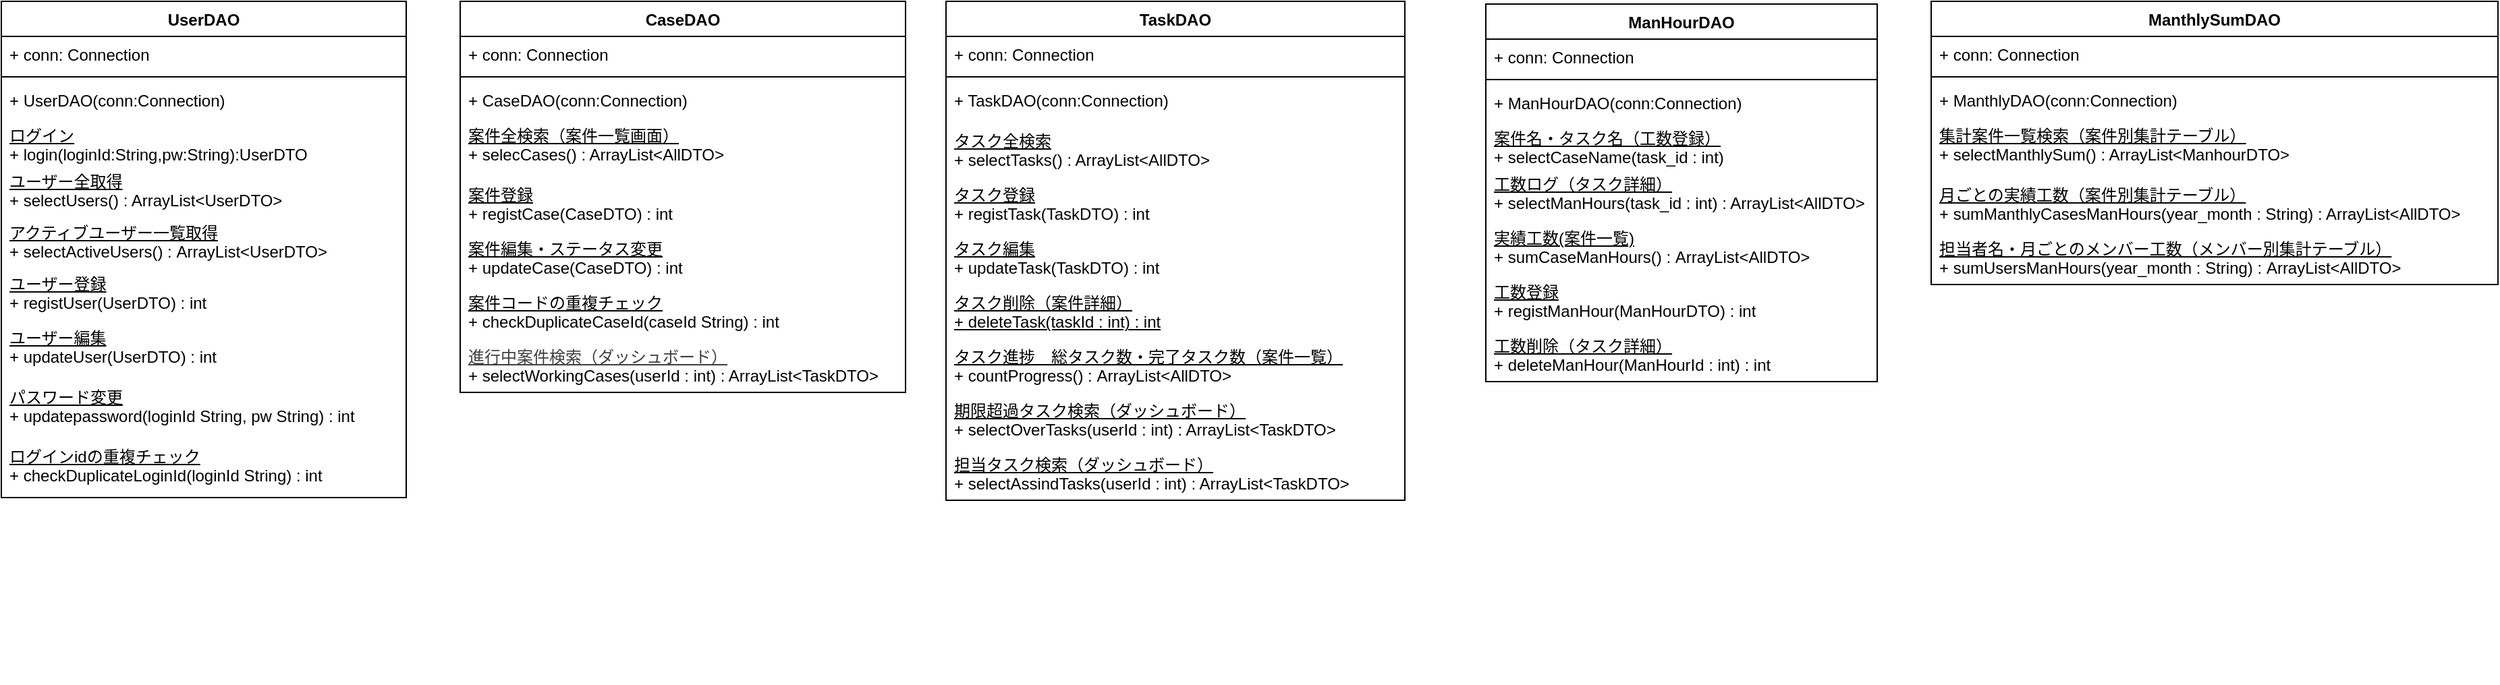
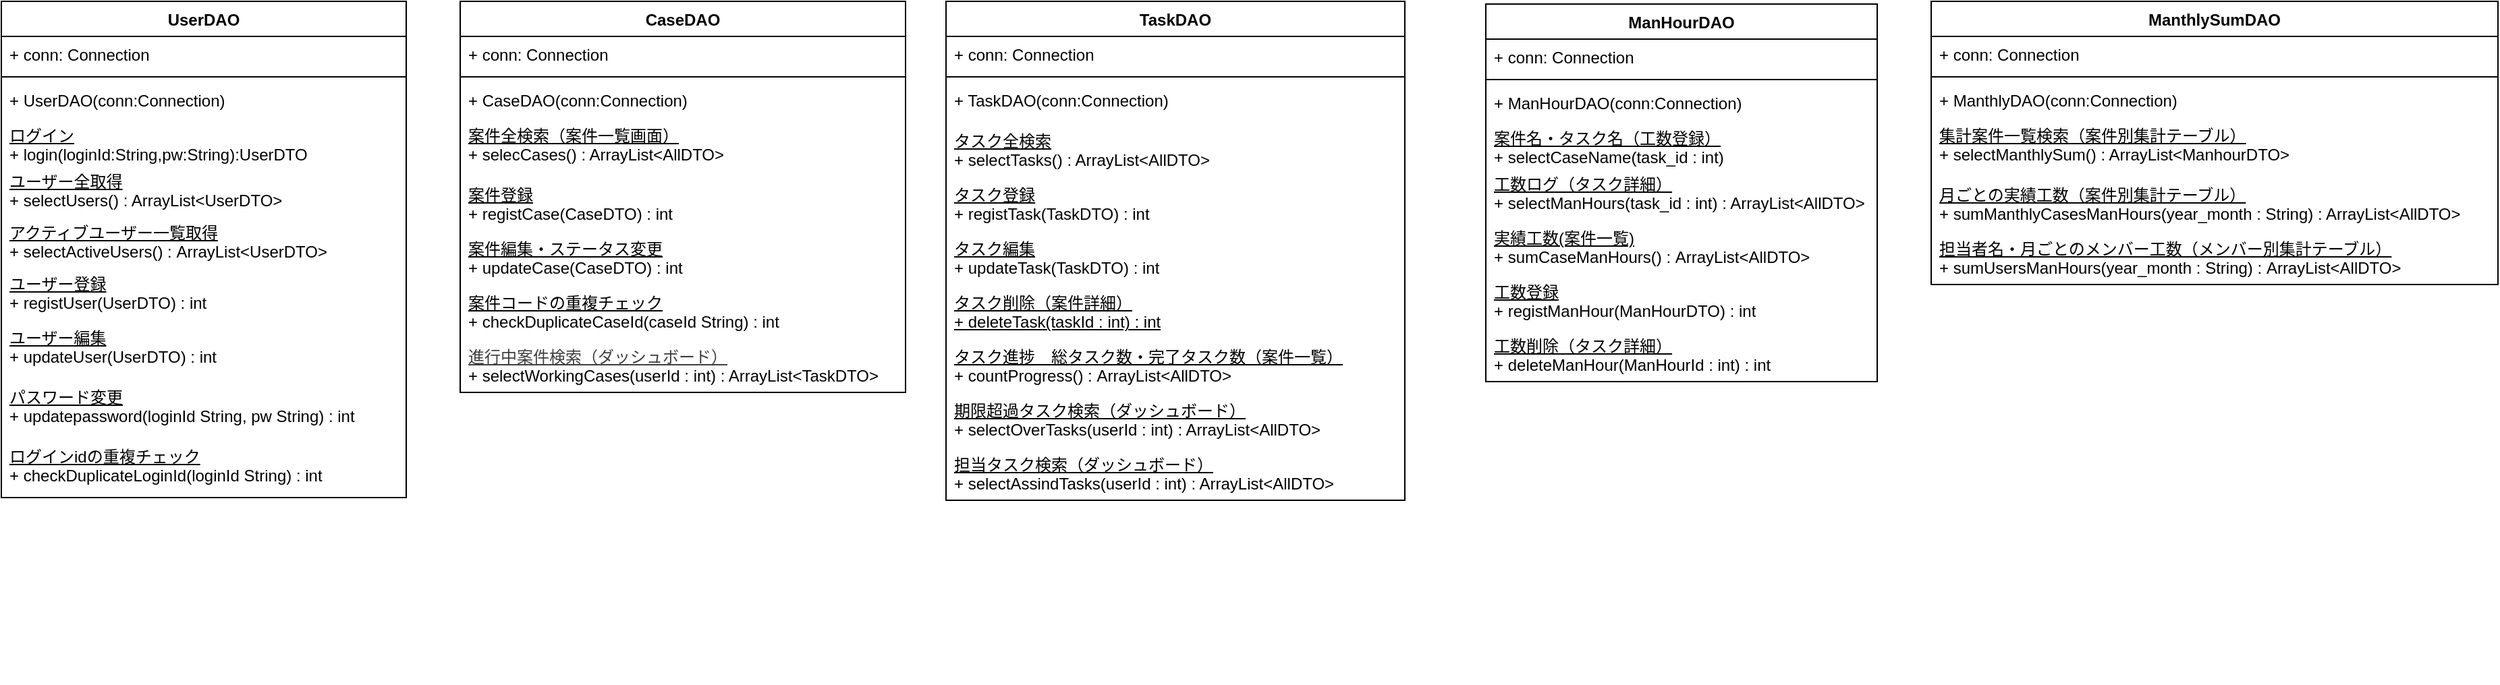
<mxfile host="65bd71144e">
    <diagram id="FiwLhSfAqCs7Xlh_osOK" name="ページ1">
-         <mxGraphModel dx="392" dy="549" grid="1" gridSize="10" guides="1" tooltips="1" connect="1" arrows="1" fold="1" page="1" pageScale="1" pageWidth="827" pageHeight="1169" math="0" shadow="0">
+         <mxGraphModel dx="686" dy="473" grid="1" gridSize="10" guides="1" tooltips="1" connect="1" arrows="1" fold="1" page="1" pageScale="1" pageWidth="827" pageHeight="1169" math="0" shadow="0">
            <root>
                <mxCell id="0"/>
                <mxCell id="1" parent="0"/>
                <mxCell id="20" value="CaseDAO" style="swimlane;fontStyle=1;align=center;verticalAlign=top;childLayout=stackLayout;horizontal=1;startSize=26;horizontalStack=0;resizeParent=1;resizeParentMax=0;resizeLast=0;collapsible=1;marginBottom=0;whiteSpace=wrap;html=1;" parent="1" vertex="1">
                    <mxGeometry x="350" y="490" width="330" height="290" as="geometry"/>
                </mxCell>
                <mxCell id="21" value="+ conn: Connection" style="text;strokeColor=none;fillColor=none;align=left;verticalAlign=top;spacingLeft=4;spacingRight=4;overflow=hidden;rotatable=0;points=[[0,0.5],[1,0.5]];portConstraint=eastwest;whiteSpace=wrap;html=1;" parent="20" vertex="1">
                    <mxGeometry y="26" width="330" height="26" as="geometry"/>
                </mxCell>
                <mxCell id="22" value="" style="line;strokeWidth=1;fillColor=none;align=left;verticalAlign=middle;spacingTop=-1;spacingLeft=3;spacingRight=3;rotatable=0;labelPosition=right;points=[];portConstraint=eastwest;strokeColor=inherit;" parent="20" vertex="1">
                    <mxGeometry y="52" width="330" height="8" as="geometry"/>
                </mxCell>
                <mxCell id="23" value="+ CaseDAO(conn:Connection)" style="text;strokeColor=none;fillColor=none;align=left;verticalAlign=top;spacingLeft=4;spacingRight=4;overflow=hidden;rotatable=0;points=[[0,0.5],[1,0.5]];portConstraint=eastwest;whiteSpace=wrap;html=1;" parent="20" vertex="1">
                    <mxGeometry y="60" width="330" height="26" as="geometry"/>
                </mxCell>
                <mxCell id="30" value="&lt;div&gt;&lt;u&gt;&lt;font style=&quot;color: rgb(0, 0, 0);&quot;&gt;案件全検索（案件一覧画面）&lt;/font&gt;&lt;/u&gt;&lt;/div&gt;&lt;div&gt;&lt;font style=&quot;color: rgb(0, 0, 0);&quot;&gt;&lt;span style=&quot;background-color: transparent;&quot;&gt;+ selecCases(&lt;/span&gt;&lt;span style=&quot;background-color: transparent;&quot;&gt;) : ArrayList&amp;lt;AllDTO&amp;gt;&lt;/span&gt;&lt;/font&gt;&lt;/div&gt;" style="text;strokeColor=none;fillColor=none;align=left;verticalAlign=top;spacingLeft=4;spacingRight=4;overflow=hidden;rotatable=0;points=[[0,0.5],[1,0.5]];portConstraint=eastwest;whiteSpace=wrap;html=1;fontFamily=Helvetica;fontSize=12;fontColor=default;" parent="20" vertex="1">
                    <mxGeometry y="86" width="330" height="44" as="geometry"/>
                </mxCell>
                <mxCell id="54" value="&lt;div&gt;&lt;span&gt;&lt;u style=&quot;&quot;&gt;&lt;font style=&quot;color: rgb(0, 0, 0);&quot;&gt;案件登録&lt;/font&gt;&lt;/u&gt;&lt;/span&gt;&lt;/div&gt;&lt;span style=&quot;color: rgb(0, 0, 0);&quot;&gt;&lt;font style=&quot;color: rgb(0, 0, 0);&quot;&gt;+ registCase(CaseDTO) : int&lt;/font&gt;&lt;/span&gt;" style="text;strokeColor=none;fillColor=none;align=left;verticalAlign=top;spacingLeft=4;spacingRight=4;overflow=hidden;rotatable=0;points=[[0,0.5],[1,0.5]];portConstraint=eastwest;whiteSpace=wrap;html=1;fontFamily=Helvetica;fontSize=12;fontColor=default;" parent="20" vertex="1">
                    <mxGeometry y="130" width="330" height="40" as="geometry"/>
                </mxCell>
                <mxCell id="28" value="&lt;div&gt;&lt;u&gt;&lt;font style=&quot;color: rgb(0, 0, 0);&quot;&gt;案件編集・ステータス変更&lt;/font&gt;&lt;/u&gt;&lt;/div&gt;&lt;div&gt;&lt;span style=&quot;background-color: transparent;&quot;&gt;&lt;font style=&quot;color: rgb(0, 0, 0);&quot;&gt;+ updateCase(CaseDTO) : int&lt;/font&gt;&lt;/span&gt;&lt;/div&gt;" style="text;strokeColor=none;fillColor=none;align=left;verticalAlign=top;spacingLeft=4;spacingRight=4;overflow=hidden;rotatable=0;points=[[0,0.5],[1,0.5]];portConstraint=eastwest;whiteSpace=wrap;html=1;fontFamily=Helvetica;fontSize=12;fontColor=default;" parent="20" vertex="1">
                    <mxGeometry y="170" width="330" height="40" as="geometry"/>
                </mxCell>
                <mxCell id="95" value="&lt;u&gt;案件コードの重複チェック&lt;/u&gt;&lt;div&gt;+ checkDuplicateCaseId(caseId String) : int&amp;nbsp;&lt;/div&gt;" style="text;strokeColor=none;fillColor=none;align=left;verticalAlign=top;spacingLeft=4;spacingRight=4;overflow=hidden;rotatable=0;points=[[0,0.5],[1,0.5]];portConstraint=eastwest;whiteSpace=wrap;html=1;fontFamily=Helvetica;fontSize=12;fontColor=default;" parent="20" vertex="1">
                    <mxGeometry y="210" width="330" height="40" as="geometry"/>
                </mxCell>
                <mxCell id="96" value="&lt;div style=&quot;scrollbar-color: rgb(226, 226, 226) rgb(251, 251, 251); color: rgb(63, 63, 63);&quot;&gt;&lt;font style=&quot;scrollbar-color: rgb(226, 226, 226) rgb(251, 251, 251); color: rgb(63, 63, 63);&quot;&gt;&lt;u style=&quot;scrollbar-color: rgb(226, 226, 226) rgb(251, 251, 251); color: rgb(63, 63, 63);&quot;&gt;進行中案件検索（ダッシュボード）&lt;/u&gt;&lt;/font&gt;&lt;/div&gt;&lt;span style=&quot;scrollbar-color: rgb(226, 226, 226) rgb(251, 251, 251); color: rgb(0, 0, 0);&quot;&gt;+ selectWorkingCases(&lt;span style=&quot;scrollbar-color: rgb(226, 226, 226) rgb(251, 251, 251); color: rgb(0, 0, 0);&quot;&gt;userId : int&lt;/span&gt;) : ArrayList&amp;lt;TaskDTO&amp;gt;&lt;/span&gt;" style="text;strokeColor=none;fillColor=none;align=left;verticalAlign=top;spacingLeft=4;spacingRight=4;overflow=hidden;rotatable=0;points=[[0,0.5],[1,0.5]];portConstraint=eastwest;whiteSpace=wrap;html=1;fontFamily=Helvetica;fontSize=12;fontColor=default;" parent="20" vertex="1">
                    <mxGeometry y="250" width="330" height="40" as="geometry"/>
                </mxCell>
                <mxCell id="27" style="text;strokeColor=none;fillColor=none;align=left;verticalAlign=top;spacingLeft=4;spacingRight=4;overflow=hidden;rotatable=0;points=[[0,0.5],[1,0.5]];portConstraint=eastwest;whiteSpace=wrap;html=1;" parent="20" vertex="1">
                    <mxGeometry y="290" width="330" as="geometry"/>
                </mxCell>
                <mxCell id="32" value="UserDAO" style="swimlane;fontStyle=1;align=center;verticalAlign=top;childLayout=stackLayout;horizontal=1;startSize=26;horizontalStack=0;resizeParent=1;resizeParentMax=0;resizeLast=0;collapsible=1;marginBottom=0;whiteSpace=wrap;html=1;" parent="1" vertex="1">
                    <mxGeometry x="10" y="490" width="300" height="368" as="geometry"/>
                </mxCell>
                <mxCell id="33" value="+ conn: Connection" style="text;strokeColor=none;fillColor=none;align=left;verticalAlign=top;spacingLeft=4;spacingRight=4;overflow=hidden;rotatable=0;points=[[0,0.5],[1,0.5]];portConstraint=eastwest;whiteSpace=wrap;html=1;" parent="32" vertex="1">
                    <mxGeometry y="26" width="300" height="26" as="geometry"/>
                </mxCell>
                <mxCell id="34" value="" style="line;strokeWidth=1;fillColor=none;align=left;verticalAlign=middle;spacingTop=-1;spacingLeft=3;spacingRight=3;rotatable=0;labelPosition=right;points=[];portConstraint=eastwest;strokeColor=inherit;" parent="32" vertex="1">
                    <mxGeometry y="52" width="300" height="8" as="geometry"/>
                </mxCell>
                <mxCell id="35" value="+ UserDAO(conn:Connection)" style="text;strokeColor=none;fillColor=none;align=left;verticalAlign=top;spacingLeft=4;spacingRight=4;overflow=hidden;rotatable=0;points=[[0,0.5],[1,0.5]];portConstraint=eastwest;whiteSpace=wrap;html=1;" parent="32" vertex="1">
                    <mxGeometry y="60" width="300" height="26" as="geometry"/>
                </mxCell>
                <mxCell id="41" value="&lt;div&gt;&lt;span style=&quot;background-color: transparent;&quot;&gt;&lt;u&gt;ログイン&lt;/u&gt;&lt;/span&gt;&lt;/div&gt;&lt;div&gt;&lt;span style=&quot;color: rgb(0, 0, 0);&quot;&gt;+ login(loginId:String,pw:String):UserDTO&lt;/span&gt;&lt;/div&gt;" style="text;strokeColor=none;fillColor=none;align=left;verticalAlign=top;spacingLeft=4;spacingRight=4;overflow=hidden;rotatable=0;points=[[0,0.5],[1,0.5]];portConstraint=eastwest;whiteSpace=wrap;html=1;" parent="32" vertex="1">
                    <mxGeometry y="86" width="300" height="34" as="geometry"/>
                </mxCell>
                <mxCell id="37" value="&lt;div&gt;&lt;span style=&quot;background-color: transparent;&quot;&gt;&lt;font style=&quot;color: rgb(0, 0, 0);&quot;&gt;&lt;u&gt;ユーザー全取得&lt;/u&gt;&lt;/font&gt;&lt;/span&gt;&lt;/div&gt;&lt;div&gt;&lt;span style=&quot;background-color: transparent;&quot;&gt;&lt;font style=&quot;color: rgb(0, 0, 0);&quot;&gt;+ selectUsers() : ArrayList&amp;lt;UserDTO&amp;gt;&lt;/font&gt;&lt;/span&gt;&lt;/div&gt;" style="text;strokeColor=none;fillColor=none;align=left;verticalAlign=top;spacingLeft=4;spacingRight=4;overflow=hidden;rotatable=0;points=[[0,0.5],[1,0.5]];portConstraint=eastwest;whiteSpace=wrap;html=1;fontFamily=Helvetica;fontSize=12;fontColor=default;" parent="32" vertex="1">
                    <mxGeometry y="120" width="300" height="38" as="geometry"/>
                </mxCell>
-                 <mxCell id="97" value="&lt;u&gt;アクティブユーザー一覧取得&lt;/u&gt;&lt;div&gt;+ selectActiveUsers() :&amp;nbsp;&lt;span style=&quot;color: rgb(0, 0, 0); background-color: transparent;&quot;&gt;ArrayList&amp;lt;UserDTO&amp;gt;&lt;/span&gt;&lt;/div&gt;" style="text;strokeColor=none;fillColor=none;align=left;verticalAlign=top;spacingLeft=4;spacingRight=4;overflow=hidden;rotatable=0;points=[[0,0.5],[1,0.5]];portConstraint=eastwest;whiteSpace=wrap;html=1;fontFamily=Helvetica;fontSize=12;fontColor=default;" vertex="1" parent="32">
+                 <mxCell id="97" value="&lt;u&gt;アクティブユーザー一覧取得&lt;/u&gt;&lt;div&gt;+ selectActiveUsers() :&amp;nbsp;&lt;span style=&quot;color: rgb(0, 0, 0); background-color: transparent;&quot;&gt;ArrayList&amp;lt;UserDTO&amp;gt;&lt;/span&gt;&lt;/div&gt;" style="text;strokeColor=none;fillColor=none;align=left;verticalAlign=top;spacingLeft=4;spacingRight=4;overflow=hidden;rotatable=0;points=[[0,0.5],[1,0.5]];portConstraint=eastwest;whiteSpace=wrap;html=1;fontFamily=Helvetica;fontSize=12;fontColor=default;" parent="32" vertex="1">
                    <mxGeometry y="158" width="300" height="38" as="geometry"/>
                </mxCell>
                <mxCell id="43" value="&lt;div&gt;&lt;font style=&quot;color: rgb(0, 0, 0);&quot;&gt;&lt;u&gt;ユーザー登録&lt;/u&gt;&lt;/font&gt;&lt;/div&gt;&lt;div&gt;&lt;font style=&quot;color: rgb(0, 0, 0);&quot;&gt;+ registUser(UserDTO) : int&lt;/font&gt;&lt;/div&gt;" style="text;strokeColor=none;fillColor=none;align=left;verticalAlign=top;spacingLeft=4;spacingRight=4;overflow=hidden;rotatable=0;points=[[0,0.5],[1,0.5]];portConstraint=eastwest;whiteSpace=wrap;html=1;fontFamily=Helvetica;fontSize=12;fontColor=default;" parent="32" vertex="1">
                    <mxGeometry y="196" width="300" height="40" as="geometry"/>
                </mxCell>
                <mxCell id="39" value="&lt;div&gt;&lt;u&gt;ユーザー編集&lt;/u&gt;&lt;/div&gt;+ updateUser(UserDTO) : int" style="text;strokeColor=none;fillColor=none;align=left;verticalAlign=top;spacingLeft=4;spacingRight=4;overflow=hidden;rotatable=0;points=[[0,0.5],[1,0.5]];portConstraint=eastwest;whiteSpace=wrap;html=1;fontFamily=Helvetica;fontSize=12;fontColor=default;" parent="32" vertex="1">
                    <mxGeometry y="236" width="300" height="44" as="geometry"/>
                </mxCell>
-                 <mxCell id="98" value="&lt;u&gt;パスワード変更&lt;/u&gt;&lt;div&gt;+ updatepassword(loginId String, pw String) : int&lt;/div&gt;" style="text;strokeColor=none;fillColor=none;align=left;verticalAlign=top;spacingLeft=4;spacingRight=4;overflow=hidden;rotatable=0;points=[[0,0.5],[1,0.5]];portConstraint=eastwest;whiteSpace=wrap;html=1;fontFamily=Helvetica;fontSize=12;fontColor=default;" vertex="1" parent="32">
+                 <mxCell id="98" value="&lt;u&gt;パスワード変更&lt;/u&gt;&lt;div&gt;+ updatepassword(loginId String, pw String) : int&lt;/div&gt;" style="text;strokeColor=none;fillColor=none;align=left;verticalAlign=top;spacingLeft=4;spacingRight=4;overflow=hidden;rotatable=0;points=[[0,0.5],[1,0.5]];portConstraint=eastwest;whiteSpace=wrap;html=1;fontFamily=Helvetica;fontSize=12;fontColor=default;" parent="32" vertex="1">
                    <mxGeometry y="280" width="300" height="44" as="geometry"/>
                </mxCell>
                <mxCell id="94" value="&lt;u&gt;ログインidの重複チェック&lt;/u&gt;&lt;div&gt;+ checkDuplicateLoginId(loginId String) : int&lt;/div&gt;" style="text;strokeColor=none;fillColor=none;align=left;verticalAlign=top;spacingLeft=4;spacingRight=4;overflow=hidden;rotatable=0;points=[[0,0.5],[1,0.5]];portConstraint=eastwest;whiteSpace=wrap;html=1;fontFamily=Helvetica;fontSize=12;fontColor=default;" parent="32" vertex="1">
                    <mxGeometry y="324" width="300" height="44" as="geometry"/>
                </mxCell>
                <mxCell id="40" style="text;strokeColor=none;fillColor=none;align=left;verticalAlign=top;spacingLeft=4;spacingRight=4;overflow=hidden;rotatable=0;points=[[0,0.5],[1,0.5]];portConstraint=eastwest;whiteSpace=wrap;html=1;" parent="32" vertex="1">
                    <mxGeometry y="368" width="300" as="geometry"/>
                </mxCell>
                <mxCell id="45" value="TaskDAO" style="swimlane;fontStyle=1;align=center;verticalAlign=top;childLayout=stackLayout;horizontal=1;startSize=26;horizontalStack=0;resizeParent=1;resizeParentMax=0;resizeLast=0;collapsible=1;marginBottom=0;whiteSpace=wrap;html=1;" parent="1" vertex="1">
                    <mxGeometry x="710" y="490" width="340" height="370" as="geometry"/>
                </mxCell>
                <mxCell id="46" value="+ conn: Connection" style="text;strokeColor=none;fillColor=none;align=left;verticalAlign=top;spacingLeft=4;spacingRight=4;overflow=hidden;rotatable=0;points=[[0,0.5],[1,0.5]];portConstraint=eastwest;whiteSpace=wrap;html=1;" parent="45" vertex="1">
                    <mxGeometry y="26" width="340" height="26" as="geometry"/>
                </mxCell>
                <mxCell id="47" value="" style="line;strokeWidth=1;fillColor=none;align=left;verticalAlign=middle;spacingTop=-1;spacingLeft=3;spacingRight=3;rotatable=0;labelPosition=right;points=[];portConstraint=eastwest;strokeColor=inherit;" parent="45" vertex="1">
                    <mxGeometry y="52" width="340" height="8" as="geometry"/>
                </mxCell>
                <mxCell id="48" value="+ TaskDAO(conn:Connection)" style="text;strokeColor=none;fillColor=none;align=left;verticalAlign=top;spacingLeft=4;spacingRight=4;overflow=hidden;rotatable=0;points=[[0,0.5],[1,0.5]];portConstraint=eastwest;whiteSpace=wrap;html=1;" parent="45" vertex="1">
                    <mxGeometry y="60" width="340" height="30" as="geometry"/>
                </mxCell>
                <mxCell id="49" value="&lt;div&gt;&lt;u&gt;タスク全検索&lt;/u&gt;&lt;/div&gt;+ selectTasks() : ArrayList&amp;lt;AllDTO&amp;gt;" style="text;strokeColor=none;fillColor=none;align=left;verticalAlign=top;spacingLeft=4;spacingRight=4;overflow=hidden;rotatable=0;points=[[0,0.5],[1,0.5]];portConstraint=eastwest;whiteSpace=wrap;html=1;fontFamily=Helvetica;fontSize=12;fontColor=default;" parent="45" vertex="1">
                    <mxGeometry y="90" width="340" height="40" as="geometry"/>
                </mxCell>
                <mxCell id="51" value="&lt;div&gt;&lt;u&gt;タスク登録&lt;/u&gt;&lt;/div&gt;+ registTask(TaskDTO) : int" style="text;strokeColor=none;fillColor=none;align=left;verticalAlign=top;spacingLeft=4;spacingRight=4;overflow=hidden;rotatable=0;points=[[0,0.5],[1,0.5]];portConstraint=eastwest;whiteSpace=wrap;html=1;fontFamily=Helvetica;fontSize=12;fontColor=default;" parent="45" vertex="1">
                    <mxGeometry y="130" width="340" height="40" as="geometry"/>
                </mxCell>
                <mxCell id="52" value="&lt;div&gt;&lt;u&gt;タスク編集&lt;/u&gt;&lt;/div&gt;+ updateTask(TaskDTO) : int" style="text;strokeColor=none;fillColor=none;align=left;verticalAlign=top;spacingLeft=4;spacingRight=4;overflow=hidden;rotatable=0;points=[[0,0.5],[1,0.5]];portConstraint=eastwest;whiteSpace=wrap;html=1;fontFamily=Helvetica;fontSize=12;fontColor=default;" parent="45" vertex="1">
                    <mxGeometry y="170" width="340" height="40" as="geometry"/>
                </mxCell>
                <mxCell id="93" value="&lt;u&gt;タスク削除（案件詳細）&lt;/u&gt;&lt;div&gt;&lt;u&gt;&lt;font style=&quot;color: rgb(0, 0, 0);&quot;&gt;+ deleteTask(taskId : int) : int&lt;/font&gt;&lt;/u&gt;&lt;/div&gt;" style="text;strokeColor=none;fillColor=none;align=left;verticalAlign=top;spacingLeft=4;spacingRight=4;overflow=hidden;rotatable=0;points=[[0,0.5],[1,0.5]];portConstraint=eastwest;whiteSpace=wrap;html=1;fontFamily=Helvetica;fontSize=12;fontColor=default;" parent="45" vertex="1">
                    <mxGeometry y="210" width="340" height="40" as="geometry"/>
                </mxCell>
                <mxCell id="91" value="&lt;div&gt;&lt;u&gt;タスク進捗　総タスク数・完了タスク数（案件一覧）&lt;/u&gt;&lt;/div&gt;+ countProgress() :&amp;nbsp;&lt;span style=&quot;color: rgb(0, 0, 0);&quot;&gt;ArrayList&amp;lt;AllDTO&amp;gt;&lt;/span&gt;" style="text;strokeColor=none;fillColor=none;align=left;verticalAlign=top;spacingLeft=4;spacingRight=4;overflow=hidden;rotatable=0;points=[[0,0.5],[1,0.5]];portConstraint=eastwest;whiteSpace=wrap;html=1;fontFamily=Helvetica;fontSize=12;fontColor=default;" parent="45" vertex="1">
                    <mxGeometry y="250" width="340" height="40" as="geometry"/>
                </mxCell>
-                 <mxCell id="86" value="&lt;div&gt;&lt;font color=&quot;#000000&quot;&gt;&lt;u&gt;期限超過タスク検索（ダッシュボード）&lt;/u&gt;&lt;/font&gt;&lt;/div&gt;&lt;span style=&quot;color: rgb(0, 0, 0);&quot;&gt;+ selectOverTasks(&lt;span style=&quot;color: rgb(0, 0, 0);&quot;&gt;userId : int&lt;/span&gt;) : ArrayList&amp;lt;TaskDTO&amp;gt;&lt;/span&gt;" style="text;strokeColor=none;fillColor=none;align=left;verticalAlign=top;spacingLeft=4;spacingRight=4;overflow=hidden;rotatable=0;points=[[0,0.5],[1,0.5]];portConstraint=eastwest;whiteSpace=wrap;html=1;fontFamily=Helvetica;fontSize=12;fontColor=default;" parent="45" vertex="1">
+                 <mxCell id="86" value="&lt;div&gt;&lt;font color=&quot;#000000&quot;&gt;&lt;u&gt;期限超過タスク検索（ダッシュボード）&lt;/u&gt;&lt;/font&gt;&lt;/div&gt;&lt;span style=&quot;color: rgb(0, 0, 0);&quot;&gt;+ selectOverTasks(&lt;span style=&quot;color: rgb(0, 0, 0);&quot;&gt;userId : int&lt;/span&gt;) : ArrayList&amp;lt;AllDTO&amp;gt;&lt;/span&gt;" style="text;strokeColor=none;fillColor=none;align=left;verticalAlign=top;spacingLeft=4;spacingRight=4;overflow=hidden;rotatable=0;points=[[0,0.5],[1,0.5]];portConstraint=eastwest;whiteSpace=wrap;html=1;fontFamily=Helvetica;fontSize=12;fontColor=default;" parent="45" vertex="1">
                    <mxGeometry y="290" width="340" height="40" as="geometry"/>
                </mxCell>
-                 <mxCell id="85" value="&lt;div&gt;&lt;span style=&quot;color: rgb(0, 0, 0);&quot;&gt;&lt;u&gt;担当タスク検索（ダッシュボード）&lt;/u&gt;&lt;/span&gt;&lt;/div&gt;&lt;span style=&quot;color: rgb(0, 0, 0);&quot;&gt;+ selectAssindTasks(&lt;span style=&quot;color: rgb(0, 0, 0);&quot;&gt;userId : int&lt;/span&gt;) : ArrayList&amp;lt;TaskDTO&amp;gt;&lt;/span&gt;" style="text;strokeColor=none;fillColor=none;align=left;verticalAlign=top;spacingLeft=4;spacingRight=4;overflow=hidden;rotatable=0;points=[[0,0.5],[1,0.5]];portConstraint=eastwest;whiteSpace=wrap;html=1;fontFamily=Helvetica;fontSize=12;fontColor=default;" parent="45" vertex="1">
+                 <mxCell id="85" value="&lt;div&gt;&lt;span style=&quot;color: rgb(0, 0, 0);&quot;&gt;&lt;u&gt;担当タスク検索（ダッシュボード）&lt;/u&gt;&lt;/span&gt;&lt;/div&gt;&lt;span style=&quot;color: rgb(0, 0, 0);&quot;&gt;+ selectAssindTasks(&lt;span style=&quot;color: rgb(0, 0, 0);&quot;&gt;userId : int&lt;/span&gt;) : ArrayList&amp;lt;AllDTO&amp;gt;&lt;/span&gt;" style="text;strokeColor=none;fillColor=none;align=left;verticalAlign=top;spacingLeft=4;spacingRight=4;overflow=hidden;rotatable=0;points=[[0,0.5],[1,0.5]];portConstraint=eastwest;whiteSpace=wrap;html=1;fontFamily=Helvetica;fontSize=12;fontColor=default;" parent="45" vertex="1">
                    <mxGeometry y="330" width="340" height="40" as="geometry"/>
                </mxCell>
                <mxCell id="53" style="text;strokeColor=none;fillColor=none;align=left;verticalAlign=top;spacingLeft=4;spacingRight=4;overflow=hidden;rotatable=0;points=[[0,0.5],[1,0.5]];portConstraint=eastwest;whiteSpace=wrap;html=1;" parent="45" vertex="1">
                    <mxGeometry y="370" width="340" as="geometry"/>
                </mxCell>
                <mxCell id="55" value="ManHourDAO" style="swimlane;fontStyle=1;align=center;verticalAlign=top;childLayout=stackLayout;horizontal=1;startSize=26;horizontalStack=0;resizeParent=1;resizeParentMax=0;resizeLast=0;collapsible=1;marginBottom=0;whiteSpace=wrap;html=1;" parent="1" vertex="1">
                    <mxGeometry x="1110" y="492" width="290" height="280" as="geometry"/>
                </mxCell>
                <mxCell id="56" value="&lt;span style=&quot;color: rgb(0, 0, 0);&quot;&gt;+ conn: Connection&lt;/span&gt;" style="text;strokeColor=none;fillColor=none;align=left;verticalAlign=top;spacingLeft=4;spacingRight=4;overflow=hidden;rotatable=0;points=[[0,0.5],[1,0.5]];portConstraint=eastwest;whiteSpace=wrap;html=1;" parent="55" vertex="1">
                    <mxGeometry y="26" width="290" height="26" as="geometry"/>
                </mxCell>
                <mxCell id="57" value="" style="line;strokeWidth=1;fillColor=none;align=left;verticalAlign=middle;spacingTop=-1;spacingLeft=3;spacingRight=3;rotatable=0;labelPosition=right;points=[];portConstraint=eastwest;strokeColor=inherit;" parent="55" vertex="1">
                    <mxGeometry y="52" width="290" height="8" as="geometry"/>
                </mxCell>
                <mxCell id="58" value="+ ManHourDAO(conn:Connection)" style="text;strokeColor=none;fillColor=none;align=left;verticalAlign=top;spacingLeft=4;spacingRight=4;overflow=hidden;rotatable=0;points=[[0,0.5],[1,0.5]];portConstraint=eastwest;whiteSpace=wrap;html=1;" parent="55" vertex="1">
                    <mxGeometry y="60" width="290" height="26" as="geometry"/>
                </mxCell>
                <mxCell id="62" value="&lt;div&gt;&lt;u&gt;案件名・タスク名（工数登録）&lt;/u&gt;&lt;/div&gt;+ selectC&lt;span style=&quot;color: rgb(0, 0, 0);&quot;&gt;aseName&lt;/span&gt;(task_id : int) &lt;span style=&quot;color: rgb(0, 0, 0);&quot;&gt;:&amp;nbsp;&lt;/span&gt;&lt;span style=&quot;color: rgb(0, 0, 0);&quot;&gt;ArrayList&amp;lt;AllDTO&amp;gt;&lt;/span&gt;" style="text;strokeColor=none;fillColor=none;align=left;verticalAlign=top;spacingLeft=4;spacingRight=4;overflow=hidden;rotatable=0;points=[[0,0.5],[1,0.5]];portConstraint=eastwest;whiteSpace=wrap;html=1;" parent="55" vertex="1">
                    <mxGeometry y="86" width="290" height="34" as="geometry"/>
                </mxCell>
                <mxCell id="80" value="&lt;div&gt;&lt;u&gt;工数ログ（タスク詳細）&lt;/u&gt;&lt;/div&gt;+ selectManHours(task_id : int) : ArrayList&amp;lt;AllDTO&amp;gt;" style="text;strokeColor=none;fillColor=none;align=left;verticalAlign=top;spacingLeft=4;spacingRight=4;overflow=hidden;rotatable=0;points=[[0,0.5],[1,0.5]];portConstraint=eastwest;whiteSpace=wrap;html=1;" parent="55" vertex="1">
                    <mxGeometry y="120" width="290" height="40" as="geometry"/>
                </mxCell>
                <mxCell id="92" value="&lt;div&gt;&lt;u&gt;実績工数(案件一覧)&lt;/u&gt;&lt;/div&gt;+ sumCaseManHours() :&amp;nbsp;&lt;span style=&quot;color: rgb(0, 0, 0);&quot;&gt;ArrayList&amp;lt;AllDTO&amp;gt;&lt;/span&gt;" style="text;strokeColor=none;fillColor=none;align=left;verticalAlign=top;spacingLeft=4;spacingRight=4;overflow=hidden;rotatable=0;points=[[0,0.5],[1,0.5]];portConstraint=eastwest;whiteSpace=wrap;html=1;" parent="55" vertex="1">
                    <mxGeometry y="160" width="290" height="40" as="geometry"/>
                </mxCell>
                <mxCell id="61" value="&lt;div&gt;&lt;u&gt;工数登録&lt;/u&gt;&lt;/div&gt;+ registManHour(ManHourDTO) : int" style="text;strokeColor=none;fillColor=none;align=left;verticalAlign=top;spacingLeft=4;spacingRight=4;overflow=hidden;rotatable=0;points=[[0,0.5],[1,0.5]];portConstraint=eastwest;whiteSpace=wrap;html=1;" parent="55" vertex="1">
                    <mxGeometry y="200" width="290" height="40" as="geometry"/>
                </mxCell>
                <mxCell id="64" value="&lt;div&gt;&lt;u&gt;工数削除（タスク詳細）&lt;/u&gt;&lt;/div&gt;+ deleteManHour(ManHourId : int) : int" style="text;strokeColor=none;fillColor=none;align=left;verticalAlign=top;spacingLeft=4;spacingRight=4;overflow=hidden;rotatable=0;points=[[0,0.5],[1,0.5]];portConstraint=eastwest;whiteSpace=wrap;html=1;" parent="55" vertex="1">
                    <mxGeometry y="240" width="290" height="40" as="geometry"/>
                </mxCell>
                <mxCell id="59" style="text;strokeColor=none;fillColor=none;align=left;verticalAlign=top;spacingLeft=4;spacingRight=4;overflow=hidden;rotatable=0;points=[[0,0.5],[1,0.5]];portConstraint=eastwest;whiteSpace=wrap;html=1;" parent="1" vertex="1">
                    <mxGeometry x="390" y="970" width="290" height="26" as="geometry"/>
                </mxCell>
                <mxCell id="65" value="ManthlySumDAO" style="swimlane;fontStyle=1;align=center;verticalAlign=top;childLayout=stackLayout;horizontal=1;startSize=26;horizontalStack=0;resizeParent=1;resizeParentMax=0;resizeLast=0;collapsible=1;marginBottom=0;whiteSpace=wrap;html=1;" parent="1" vertex="1">
                    <mxGeometry x="1440" y="490" width="420" height="210" as="geometry"/>
                </mxCell>
                <mxCell id="66" value="&lt;span style=&quot;color: rgb(0, 0, 0);&quot;&gt;+ conn: Connection&lt;/span&gt;" style="text;strokeColor=none;fillColor=none;align=left;verticalAlign=top;spacingLeft=4;spacingRight=4;overflow=hidden;rotatable=0;points=[[0,0.5],[1,0.5]];portConstraint=eastwest;whiteSpace=wrap;html=1;" parent="65" vertex="1">
                    <mxGeometry y="26" width="420" height="26" as="geometry"/>
                </mxCell>
                <mxCell id="67" value="" style="line;strokeWidth=1;fillColor=none;align=left;verticalAlign=middle;spacingTop=-1;spacingLeft=3;spacingRight=3;rotatable=0;labelPosition=right;points=[];portConstraint=eastwest;strokeColor=inherit;" parent="65" vertex="1">
                    <mxGeometry y="52" width="420" height="8" as="geometry"/>
                </mxCell>
                <mxCell id="68" value="+ ManthlyDAO(conn:Connection)" style="text;strokeColor=none;fillColor=none;align=left;verticalAlign=top;spacingLeft=4;spacingRight=4;overflow=hidden;rotatable=0;points=[[0,0.5],[1,0.5]];portConstraint=eastwest;whiteSpace=wrap;html=1;" parent="65" vertex="1">
                    <mxGeometry y="60" width="420" height="26" as="geometry"/>
                </mxCell>
                <mxCell id="69" value="&lt;div&gt;&lt;u&gt;集計案件一覧検索（案件別集計テーブル）&lt;/u&gt;&lt;/div&gt;+ selectManthlySum() : ArrayList&amp;lt;ManhourDTO&amp;gt;" style="text;strokeColor=none;fillColor=none;align=left;verticalAlign=top;spacingLeft=4;spacingRight=4;overflow=hidden;rotatable=0;points=[[0,0.5],[1,0.5]];portConstraint=eastwest;whiteSpace=wrap;html=1;" parent="65" vertex="1">
                    <mxGeometry y="86" width="420" height="44" as="geometry"/>
                </mxCell>
                <mxCell id="77" value="&lt;div&gt;&lt;span style=&quot;color: rgb(0, 0, 0);&quot;&gt;&lt;u&gt;月ごとの実績工数（案件別集計テーブル）&lt;/u&gt;&lt;/span&gt;&lt;/div&gt;&lt;span style=&quot;color: rgb(0, 0, 0);&quot;&gt;+ sumManthlyCasesManHours&lt;span style=&quot;color: rgb(0, 0, 0);&quot;&gt;(year_month : String)&lt;/span&gt;&amp;nbsp;: ArrayList&amp;lt;AllDTO&amp;gt;&lt;/span&gt;" style="text;strokeColor=none;fillColor=none;align=left;verticalAlign=top;spacingLeft=4;spacingRight=4;overflow=hidden;rotatable=0;points=[[0,0.5],[1,0.5]];portConstraint=eastwest;whiteSpace=wrap;html=1;" parent="65" vertex="1">
                    <mxGeometry y="130" width="420" height="40" as="geometry"/>
                </mxCell>
                <mxCell id="78" value="&lt;div&gt;&lt;u&gt;担当者名・月ごとのメンバー工数（メンバー別集計テーブル）&lt;/u&gt;&lt;/div&gt;+ sumUsersManHours&lt;span style=&quot;color: rgb(0, 0, 0);&quot;&gt;(year_month : String)&lt;/span&gt;&amp;nbsp;:&amp;nbsp;&lt;span style=&quot;color: rgb(0, 0, 0);&quot;&gt;ArrayList&amp;lt;AllDTO&amp;gt;&lt;/span&gt;" style="text;strokeColor=none;fillColor=none;align=left;verticalAlign=top;spacingLeft=4;spacingRight=4;overflow=hidden;rotatable=0;points=[[0,0.5],[1,0.5]];portConstraint=eastwest;whiteSpace=wrap;html=1;" parent="65" vertex="1">
                    <mxGeometry y="170" width="420" height="40" as="geometry"/>
                </mxCell>
            </root>
        </mxGraphModel>
    </diagram>
</mxfile>